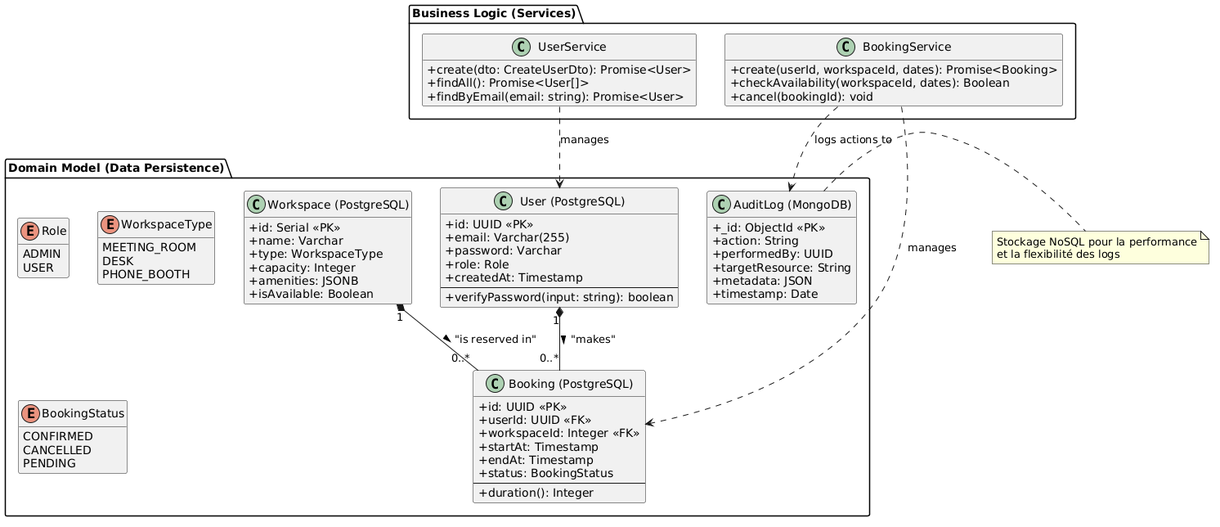
Vaalley/tempo keeps this PlantUML diagram as diagrams/class diagram.png. Above is the earlier version. Source of this version:
```plantuml
@startuml
hide empty members
skinparam classAttributeIconSize 0

package "Domain Model (Data Persistence)" {

    enum Role {
        ADMIN
        USER
    }

    enum WorkspaceType {
        MEETING_ROOM
        DESK
        PHONE_BOOTH
    }

    enum BookingStatus {
        CONFIRMED
        CANCELLED
        PENDING
    }

    class "User (PostgreSQL)" as User {
        + id: UUID <<PK>>
        + email: Varchar(255)
        + password: Varchar
        + role: Role
        + createdAt: Timestamp
        --
        + verifyPassword(input: string): boolean
    }

    class "Workspace (PostgreSQL)" as Workspace {
        + id: Serial <<PK>>
        + name: Varchar
        + type: WorkspaceType
        + capacity: Integer
        + amenities: JSONB
        + isAvailable: Boolean
    }

    class "Booking (PostgreSQL)" as Booking {
        + id: UUID <<PK>>
        + userId: UUID <<FK>>
        + workspaceId: Integer <<FK>>
        + startAt: Timestamp
        + endAt: Timestamp
        + status: BookingStatus
        --
        + duration(): Integer
    }

    class "AuditLog (MongoDB)" as AuditLog {
        + _id: ObjectId <<PK>>
        + action: String
        + performedBy: UUID
        + targetResource: String
        + metadata: JSON
        + timestamp: Date
    }
}

package "Business Logic (Services)" {
    class UserService {
        + create(dto: CreateUserDto): Promise<User>
        + findAll(): Promise<User[]>
        + findByEmail(email: string): Promise<User>
    }

    class BookingService {
        + create(userId, workspaceId, dates): Promise<Booking>
        + checkAvailability(workspaceId, dates): Boolean
        + cancel(bookingId): void
    }
}

User "1" *-- "0..*" Booking : "makes" >
Workspace "1" *-- "0..*" Booking : "is reserved in" >

UserService ..> User : "manages"
BookingService ..> Booking : "manages"
BookingService ..> AuditLog : "logs actions to"

note right of AuditLog
  Stockage NoSQL pour la performance
  et la flexibilité des logs
end note
@enduml
```
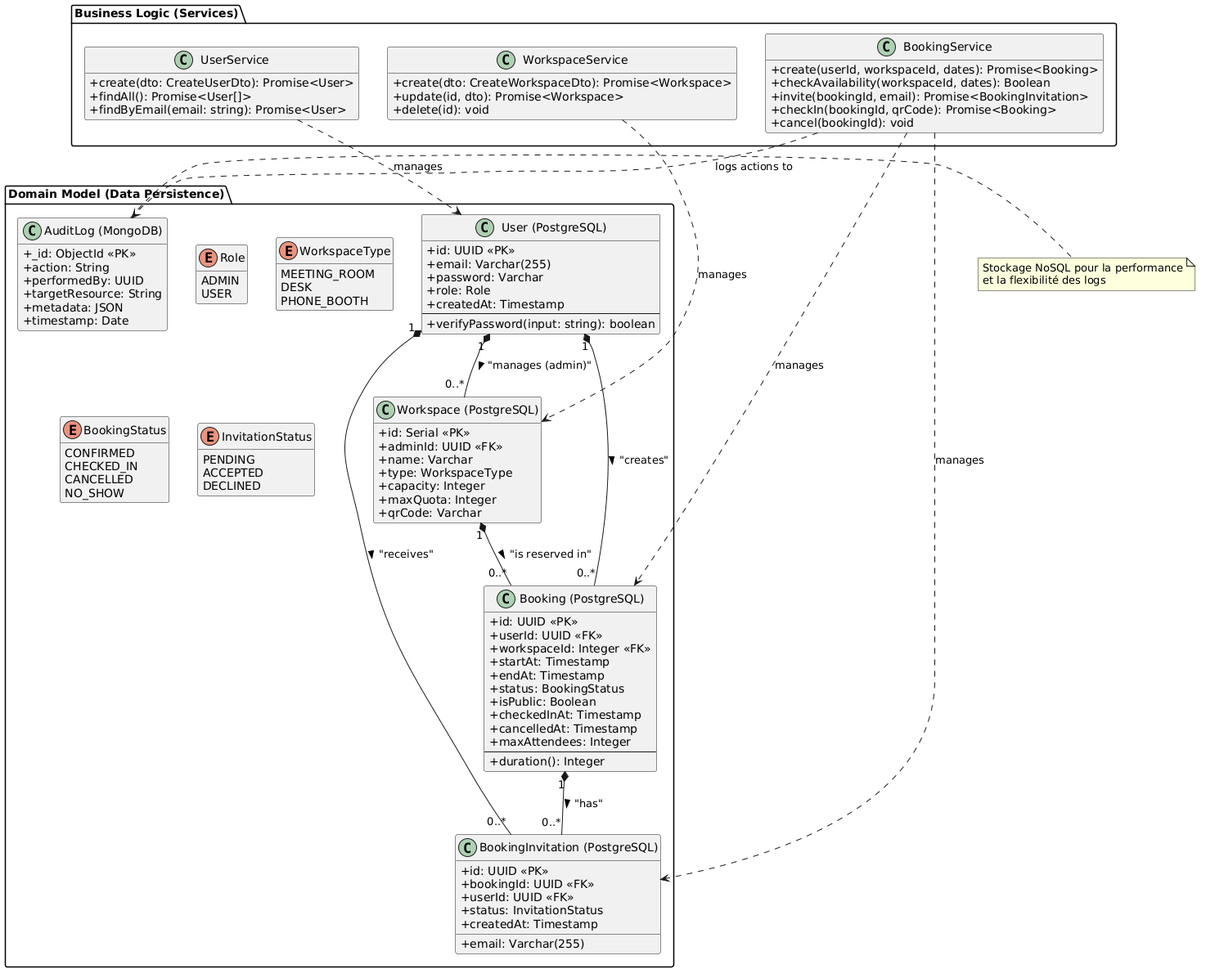
Later version of the same file.

Commit message:
docs: add MERISE diagrams (MCD/MLD/MPD) and expand database schema documentation

Change to the diagram source:
```diff
@@ -17,8 +17,15 @@
 
     enum BookingStatus {
         CONFIRMED
+        CHECKED_IN
         CANCELLED
+        NO_SHOW
+    }
+
+    enum InvitationStatus {
         PENDING
+        ACCEPTED
+        DECLINED
     }
 
     class "User (PostgreSQL)" as User {
@@ -33,11 +40,12 @@
 
     class "Workspace (PostgreSQL)" as Workspace {
         + id: Serial <<PK>>
+        + adminId: UUID <<FK>>
         + name: Varchar
         + type: WorkspaceType
         + capacity: Integer
-        + amenities: JSONB
-        + isAvailable: Boolean
+        + maxQuota: Integer
+        + qrCode: Varchar
     }
 
     class "Booking (PostgreSQL)" as Booking {
@@ -47,8 +55,21 @@
         + startAt: Timestamp
         + endAt: Timestamp
         + status: BookingStatus
+        + isPublic: Boolean
+        + checkedInAt: Timestamp
+        + cancelledAt: Timestamp
+        + maxAttendees: Integer
         --
         + duration(): Integer
+    }
+
+    class "BookingInvitation (PostgreSQL)" as BookingInvitation {
+        + id: UUID <<PK>>
+        + bookingId: UUID <<FK>>
+        + userId: UUID <<FK>>
+        + email: Varchar(255)
+        + status: InvitationStatus
+        + createdAt: Timestamp
     }
 
     class "AuditLog (MongoDB)" as AuditLog {
@@ -71,15 +92,28 @@
     class BookingService {
         + create(userId, workspaceId, dates): Promise<Booking>
         + checkAvailability(workspaceId, dates): Boolean
+        + invite(bookingId, email): Promise<BookingInvitation>
+        + checkIn(bookingId, qrCode): Promise<Booking>
         + cancel(bookingId): void
+    }
+
+    class WorkspaceService {
+        + create(dto: CreateWorkspaceDto): Promise<Workspace>
+        + update(id, dto): Promise<Workspace>
+        + delete(id): void
     }
 }
 
-User "1" *-- "0..*" Booking : "makes" >
+User "1" *-- "0..*" Booking : "creates" >
 Workspace "1" *-- "0..*" Booking : "is reserved in" >
+User "1" *-- "0..*" Workspace : "manages (admin)" >
+Booking "1" *-- "0..*" BookingInvitation : "has" >
+User "1" *-- "0..*" BookingInvitation : "receives" >
 
 UserService ..> User : "manages"
 BookingService ..> Booking : "manages"
+BookingService ..> BookingInvitation : "manages"
+WorkspaceService ..> Workspace : "manages"
 BookingService ..> AuditLog : "logs actions to"
 
 note right of AuditLog
```
